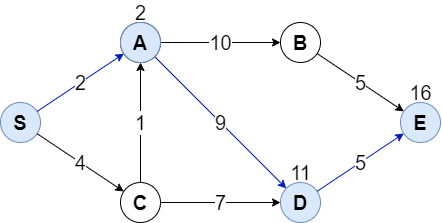
The draw.io diagram img/grafoResult.png in pietro2356/Dijkstra-Algorithm, before a commit. Source tidied: cells renumbered, new cells last; positions are measured from the earlier drawing's top-left corner, leaving out a move shared by most shapes. Source of this version:
```xml
<mxGraphModel background="#ffffff">
  <root>
    <mxCell id="0" />
    <mxCell id="1" parent="0" />
    <mxCell id="2" value="&lt;font style=&quot;font-size: 20px&quot;&gt;S&lt;/font&gt;" style="ellipse;whiteSpace=wrap;html=1;fontStyle=1;fillColor=#dae8fc;strokeColor=#6c8ebf;" parent="1" vertex="1">
      <mxGeometry y="100" width="40" height="40" as="geometry" />
    </mxCell>
    <mxCell id="3" value="&lt;font style=&quot;font-size: 20px&quot;&gt;A&lt;/font&gt;" style="ellipse;whiteSpace=wrap;html=1;" parent="1" vertex="1">
      <mxGeometry x="120" y="20" width="40" height="40" as="geometry" />
    </mxCell>
    <mxCell id="4" value="&lt;font&gt;&lt;font style=&quot;font-size: 20px&quot;&gt;C&lt;/font&gt;&lt;br&gt;&lt;/font&gt;" style="ellipse;whiteSpace=wrap;html=1;fontStyle=1;" parent="1" vertex="1">
      <mxGeometry x="120" y="180" width="40" height="40" as="geometry" />
    </mxCell>
    <mxCell id="5" value="&lt;font style=&quot;font-size: 20px&quot;&gt;B&lt;/font&gt;" style="ellipse;whiteSpace=wrap;html=1;fontStyle=1;" parent="1" vertex="1">
      <mxGeometry x="280" y="20" width="40" height="40" as="geometry" />
    </mxCell>
    <mxCell id="6" value="&lt;font style=&quot;font-size: 20px&quot;&gt;E&lt;/font&gt;" style="ellipse;whiteSpace=wrap;html=1;fontStyle=1;fillColor=#dae8fc;strokeColor=#6c8ebf;" parent="1" vertex="1">
      <mxGeometry x="400" y="100" width="40" height="40" as="geometry" />
    </mxCell>
    <mxCell id="7" value="&lt;font style=&quot;font-size: 20px&quot;&gt;2&lt;/font&gt;" style="endArrow=classic;html=1;fillColor=#0050ef;strokeColor=#001DBC;" parent="1" edge="1" source="2" target="3">
      <mxGeometry relative="1" as="geometry" />
    </mxCell>
    <mxCell id="8" value="&lt;font style=&quot;font-size: 20px&quot;&gt;10&lt;/font&gt;" style="endArrow=classic;html=1;" parent="1" edge="1" source="3" target="5">
      <mxGeometry relative="1" as="geometry" />
    </mxCell>
    <mxCell id="9" value="&lt;font style=&quot;font-size: 20px&quot;&gt;4&lt;/font&gt;" style="endArrow=classic;html=1;" parent="1" edge="1" source="2" target="4">
      <mxGeometry relative="1" as="geometry" />
    </mxCell>
    <mxCell id="10" value="&lt;font style=&quot;font-size: 20px&quot;&gt;1&lt;/font&gt;" style="endArrow=classic;html=1;" parent="1" edge="1" source="4" target="3">
      <mxGeometry relative="1" as="geometry" />
    </mxCell>
    <mxCell id="11" value="&lt;font style=&quot;font-size: 20px&quot;&gt;D&lt;/font&gt;" style="ellipse;whiteSpace=wrap;html=1;fontStyle=1;fillColor=#dae8fc;strokeColor=#6c8ebf;" parent="1" vertex="1">
      <mxGeometry x="280" y="180" width="40" height="40" as="geometry" />
    </mxCell>
    <mxCell id="12" value="&lt;font style=&quot;font-size: 20px&quot;&gt;7&lt;/font&gt;" style="endArrow=classic;html=1;" parent="1" edge="1" source="4" target="11">
      <mxGeometry relative="1" as="geometry" />
    </mxCell>
    <mxCell id="13" value="&lt;font style=&quot;font-size: 20px&quot;&gt;5&lt;/font&gt;" style="endArrow=classic;html=1;fillColor=#0050ef;strokeColor=#001DBC;" parent="1" edge="1" source="11" target="6">
      <mxGeometry relative="1" as="geometry" />
    </mxCell>
    <mxCell id="14" value="&lt;font style=&quot;font-size: 20px&quot;&gt;9&lt;/font&gt;" style="endArrow=classic;html=1;fillColor=#0050ef;strokeColor=#001DBC;" parent="1" edge="1" source="3" target="11">
      <mxGeometry relative="1" as="geometry" />
    </mxCell>
    <mxCell id="15" value="&lt;span style=&quot;font-size: 20px&quot;&gt;5&lt;/span&gt;" style="endArrow=classic;html=1;" parent="1" edge="1" source="5" target="6">
      <mxGeometry relative="1" as="geometry" />
    </mxCell>
    <mxCell id="16" value="&lt;font style=&quot;font-size: 20px&quot;&gt;A&lt;/font&gt;" style="ellipse;whiteSpace=wrap;html=1;fontStyle=1;fillColor=#dae8fc;strokeColor=#6c8ebf;" parent="1" vertex="1">
      <mxGeometry x="120" y="20" width="40" height="40" as="geometry" />
    </mxCell>
    <mxCell id="17" value="&lt;font style=&quot;font-size: 20px&quot;&gt;2&lt;/font&gt;" style="text;html=1;align=center;verticalAlign=middle;" parent="1" vertex="1">
      <mxGeometry x="125" width="30" height="20" as="geometry" />
    </mxCell>
    <mxCell id="18" value="&lt;font style=&quot;font-size: 20px&quot;&gt;11&lt;/font&gt;" style="text;html=1;align=center;verticalAlign=middle;" parent="1" vertex="1">
      <mxGeometry x="280" y="160" width="40" height="20" as="geometry" />
    </mxCell>
    <mxCell id="19" value="&lt;span style=&quot;font-size: 20px&quot;&gt;16&lt;/span&gt;" style="text;html=1;align=center;verticalAlign=middle;" parent="1" vertex="1">
      <mxGeometry x="400" y="80" width="40" height="20" as="geometry" />
    </mxCell>
  </root>
</mxGraphModel>
```
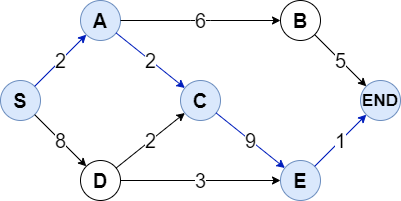
The same diagram one commit later.

Change to the diagram source:
```diff
@@ -1,60 +1,58 @@
-<mxGraphModel background="#ffffff">
+<mxGraphModel>
   <root>
     <mxCell id="0" />
     <mxCell id="1" parent="0" />
     <mxCell id="2" value="&lt;font style=&quot;font-size: 20px&quot;&gt;S&lt;/font&gt;" style="ellipse;whiteSpace=wrap;html=1;fontStyle=1;fillColor=#dae8fc;strokeColor=#6c8ebf;" parent="1" vertex="1">
-      <mxGeometry y="100" width="40" height="40" as="geometry" />
+      <mxGeometry x="-40" y="100" width="40" height="40" as="geometry" />
     </mxCell>
-    <mxCell id="3" value="&lt;font style=&quot;font-size: 20px&quot;&gt;A&lt;/font&gt;" style="ellipse;whiteSpace=wrap;html=1;" parent="1" vertex="1">
-      <mxGeometry x="120" y="20" width="40" height="40" as="geometry" />
-    </mxCell>
+    <mxCell id="16" value="&lt;font style=&quot;font-size: 20px&quot;&gt;A&lt;/font&gt;" style="ellipse;whiteSpace=wrap;html=1;fontStyle=1;fillColor=#dae8fc;strokeColor=#6c8ebf;" parent="1" vertex="1">
+      <mxGeometry x="40" y="20" width="40" height="40" as="geometry" />
+    </mxCell>
+    <mxCell id="11" value="&lt;font style=&quot;font-size: 20px&quot;&gt;D&lt;/font&gt;" style="ellipse;whiteSpace=wrap;html=1;fontStyle=1;" parent="1" vertex="1">
+      <mxGeometry x="40" y="180" width="40" height="40" as="geometry" />
+    </mxCell>
-    <mxCell id="4" value="&lt;font&gt;&lt;font style=&quot;font-size: 20px&quot;&gt;C&lt;/font&gt;&lt;br&gt;&lt;/font&gt;" style="ellipse;whiteSpace=wrap;html=1;fontStyle=1;" parent="1" vertex="1">
-      <mxGeometry x="120" y="180" width="40" height="40" as="geometry" />
+    <mxCell id="4" value="&lt;font style=&quot;font-size: 20px&quot;&gt;C&lt;/font&gt;" style="ellipse;whiteSpace=wrap;html=1;fontStyle=1;fillColor=#dae8fc;strokeColor=#6c8ebf;" parent="1" vertex="1">
+      <mxGeometry x="140" y="100" width="40" height="40" as="geometry" />
     </mxCell>
     <mxCell id="5" value="&lt;font style=&quot;font-size: 20px&quot;&gt;B&lt;/font&gt;" style="ellipse;whiteSpace=wrap;html=1;fontStyle=1;" parent="1" vertex="1">
-      <mxGeometry x="280" y="20" width="40" height="40" as="geometry" />
+      <mxGeometry x="240" y="20" width="40" height="40" as="geometry" />
     </mxCell>
     <mxCell id="6" value="&lt;font style=&quot;font-size: 20px&quot;&gt;E&lt;/font&gt;" style="ellipse;whiteSpace=wrap;html=1;fontStyle=1;fillColor=#dae8fc;strokeColor=#6c8ebf;" parent="1" vertex="1">
-      <mxGeometry x="400" y="100" width="40" height="40" as="geometry" />
+      <mxGeometry x="240" y="180" width="40" height="40" as="geometry" />
     </mxCell>
-    <mxCell id="7" value="&lt;font style=&quot;font-size: 20px&quot;&gt;2&lt;/font&gt;" style="endArrow=classic;html=1;fillColor=#0050ef;strokeColor=#001DBC;" parent="1" edge="1" source="2" target="3">
-      <mxGeometry relative="1" as="geometry" />
-    </mxCell>
-    <mxCell id="8" value="&lt;font style=&quot;font-size: 20px&quot;&gt;10&lt;/font&gt;" style="endArrow=classic;html=1;" parent="1" edge="1" source="3" target="5">
-      <mxGeometry relative="1" as="geometry" />
-    </mxCell>
-    <mxCell id="9" value="&lt;font style=&quot;font-size: 20px&quot;&gt;4&lt;/font&gt;" style="endArrow=classic;html=1;" parent="1" edge="1" source="2" target="4">
-      <mxGeometry relative="1" as="geometry" />
-    </mxCell>
+    <mxCell id="20" value="&lt;font style=&quot;font-size: 17px&quot;&gt;END&lt;/font&gt;" style="ellipse;whiteSpace=wrap;html=1;fontStyle=1;fillColor=#dae8fc;strokeColor=#6c8ebf;" parent="1" vertex="1">
+      <mxGeometry x="320" y="100" width="40" height="40" as="geometry" />
+    </mxCell>
+    <mxCell id="21" value="&lt;font style=&quot;font-size: 20px&quot;&gt;2&lt;/font&gt;" style="endArrow=classic;html=1;fillColor=#0050ef;strokeColor=#001DBC;" parent="1" edge="1" source="2" target="16">
+      <mxGeometry relative="1" as="geometry" />
+    </mxCell>
+    <mxCell id="22" value="&lt;font style=&quot;font-size: 20px&quot;&gt;2&lt;/font&gt;" style="endArrow=classic;html=1;fillColor=#0050ef;strokeColor=#001DBC;" parent="1" edge="1" source="16" target="4">
+      <mxGeometry relative="1" as="geometry" />
+    </mxCell>
+    <mxCell id="23" value="&lt;font style=&quot;font-size: 20px&quot;&gt;8&lt;/font&gt;" style="endArrow=classic;html=1;" parent="1" edge="1" source="2" target="11">
+      <mxGeometry relative="1" as="geometry" />
+    </mxCell>
+    <mxCell id="13" value="&lt;font style=&quot;font-size: 20px&quot;&gt;3&lt;/font&gt;" style="endArrow=classic;html=1;" parent="1" edge="1" source="11" target="6">
+      <mxGeometry relative="1" as="geometry" />
+    </mxCell>
+    <mxCell id="24" value="&lt;font style=&quot;font-size: 20px&quot;&gt;2&lt;/font&gt;" style="endArrow=classic;html=1;" parent="1" edge="1" source="11" target="4">
+      <mxGeometry relative="1" as="geometry" />
+    </mxCell>
+    <mxCell id="25" value="&lt;span style=&quot;font-size: 20px&quot;&gt;6&lt;br&gt;&lt;/span&gt;" style="endArrow=classic;html=1;" parent="1" edge="1" source="16" target="5">
+      <mxGeometry relative="1" as="geometry">
+        <Array as="points">
+          <mxPoint x="160" y="40" />
+        </Array>
+      </mxGeometry>
+    </mxCell>
+    <mxCell id="14" value="&lt;font style=&quot;font-size: 20px&quot;&gt;9&lt;/font&gt;" style="endArrow=classic;html=1;fillColor=#0050ef;strokeColor=#001DBC;" parent="1" edge="1" source="4" target="6">
+      <mxGeometry relative="1" as="geometry" />
+    </mxCell>
-    <mxCell id="10" value="&lt;font style=&quot;font-size: 20px&quot;&gt;1&lt;/font&gt;" style="endArrow=classic;html=1;" parent="1" edge="1" source="4" target="3">
+    <mxCell id="10" value="&lt;font style=&quot;font-size: 20px&quot;&gt;1&lt;/font&gt;" style="endArrow=classic;html=1;exitX=1;exitY=0;exitDx=0;exitDy=0;fillColor=#0050ef;strokeColor=#001DBC;" parent="1" edge="1" source="6" target="20">
       <mxGeometry relative="1" as="geometry" />
     </mxCell>
-    <mxCell id="11" value="&lt;font style=&quot;font-size: 20px&quot;&gt;D&lt;/font&gt;" style="ellipse;whiteSpace=wrap;html=1;fontStyle=1;fillColor=#dae8fc;strokeColor=#6c8ebf;" parent="1" vertex="1">
-      <mxGeometry x="280" y="180" width="40" height="40" as="geometry" />
-    </mxCell>
-    <mxCell id="12" value="&lt;font style=&quot;font-size: 20px&quot;&gt;7&lt;/font&gt;" style="endArrow=classic;html=1;" parent="1" edge="1" source="4" target="11">
-      <mxGeometry relative="1" as="geometry" />
-    </mxCell>
-    <mxCell id="13" value="&lt;font style=&quot;font-size: 20px&quot;&gt;5&lt;/font&gt;" style="endArrow=classic;html=1;fillColor=#0050ef;strokeColor=#001DBC;" parent="1" edge="1" source="11" target="6">
-      <mxGeometry relative="1" as="geometry" />
-    </mxCell>
-    <mxCell id="14" value="&lt;font style=&quot;font-size: 20px&quot;&gt;9&lt;/font&gt;" style="endArrow=classic;html=1;fillColor=#0050ef;strokeColor=#001DBC;" parent="1" edge="1" source="3" target="11">
-      <mxGeometry relative="1" as="geometry" />
-    </mxCell>
-    <mxCell id="15" value="&lt;span style=&quot;font-size: 20px&quot;&gt;5&lt;/span&gt;" style="endArrow=classic;html=1;" parent="1" edge="1" source="5" target="6">
-      <mxGeometry relative="1" as="geometry" />
-    </mxCell>
-    <mxCell id="16" value="&lt;font style=&quot;font-size: 20px&quot;&gt;A&lt;/font&gt;" style="ellipse;whiteSpace=wrap;html=1;fontStyle=1;fillColor=#dae8fc;strokeColor=#6c8ebf;" parent="1" vertex="1">
-      <mxGeometry x="120" y="20" width="40" height="40" as="geometry" />
-    </mxCell>
-    <mxCell id="17" value="&lt;font style=&quot;font-size: 20px&quot;&gt;2&lt;/font&gt;" style="text;html=1;align=center;verticalAlign=middle;" parent="1" vertex="1">
-      <mxGeometry x="125" width="30" height="20" as="geometry" />
-    </mxCell>
-    <mxCell id="18" value="&lt;font style=&quot;font-size: 20px&quot;&gt;11&lt;/font&gt;" style="text;html=1;align=center;verticalAlign=middle;" parent="1" vertex="1">
-      <mxGeometry x="280" y="160" width="40" height="20" as="geometry" />
-    </mxCell>
-    <mxCell id="19" value="&lt;span style=&quot;font-size: 20px&quot;&gt;16&lt;/span&gt;" style="text;html=1;align=center;verticalAlign=middle;" parent="1" vertex="1">
-      <mxGeometry x="400" y="80" width="40" height="20" as="geometry" />
-    </mxCell>
+    <mxCell id="26" value="&lt;font style=&quot;font-size: 20px&quot;&gt;5&lt;/font&gt;" style="endArrow=classic;html=1;" parent="1" edge="1" source="5" target="20">
+      <mxGeometry relative="1" as="geometry" />
+    </mxCell>
   </root>
 </mxGraphModel>
```
